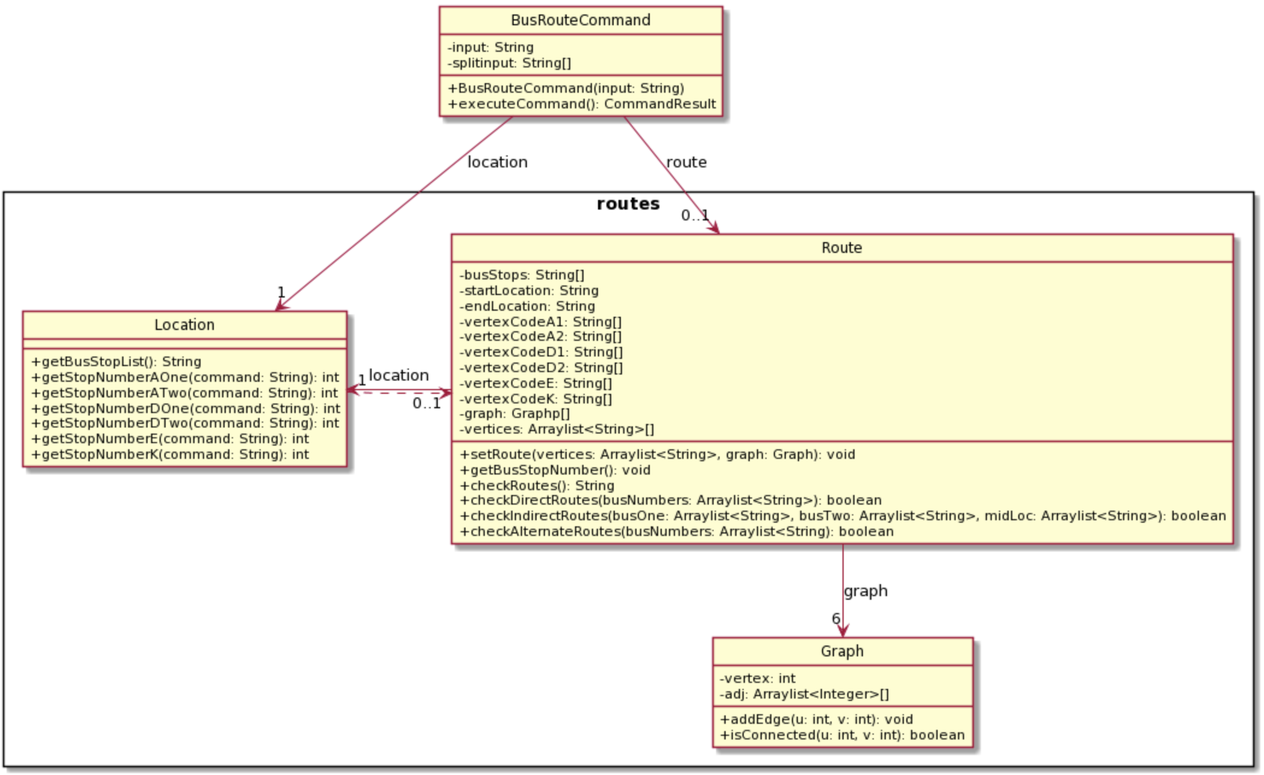
Earlier version of the PlantUML export docs/assets/images/BusRouteClassDiagram.png (shyamgj1900/tp). Its source is kept beside it as docs/assets/plantuml/BusRouteClassDiagram.puml.
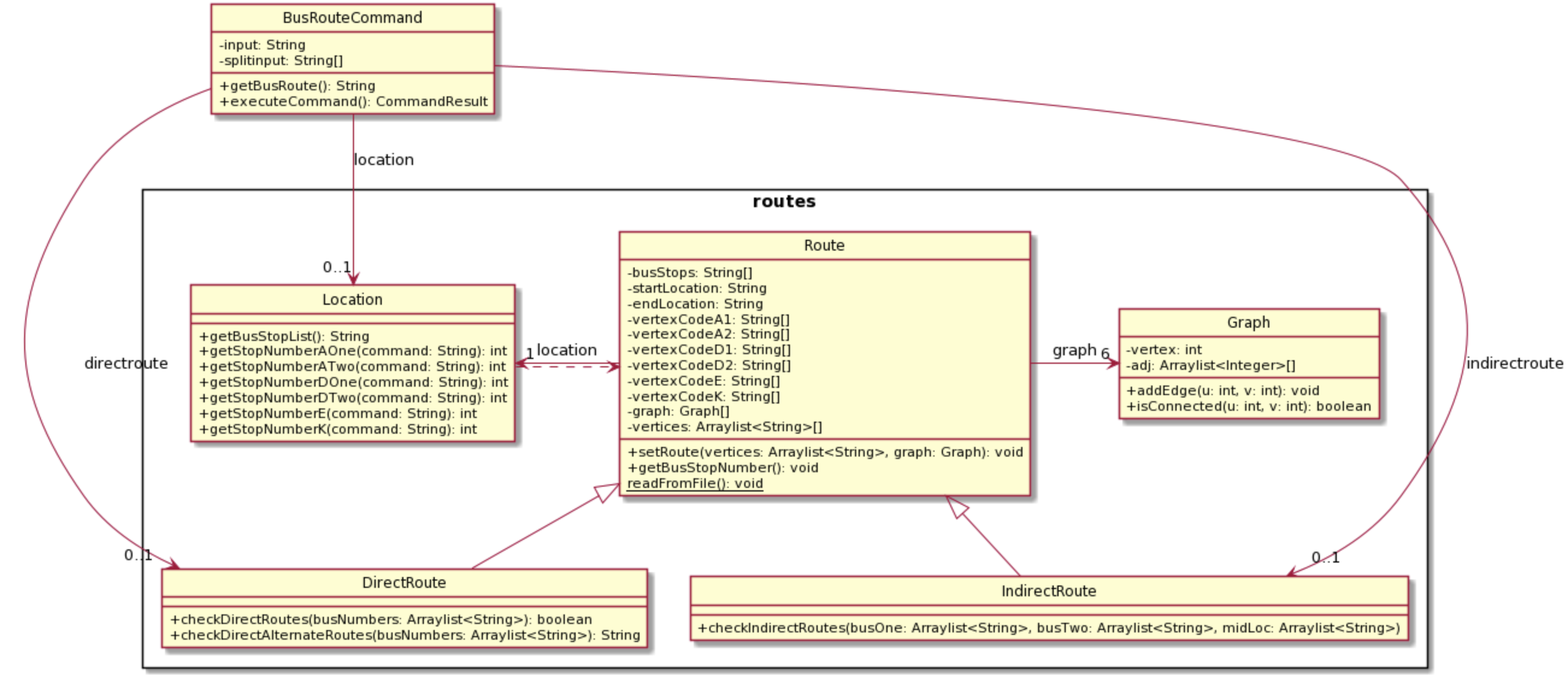
After the change.

Commit message:
Update DG for bus route command and minor refactor

What changed in the source:
```diff
@@ -12,12 +12,14 @@
   class Location
   class Route
   class Graph
+  class DirectRoute
+  class IndirectRoute
 }
 
 class BusRouteCommand {
    -input: String
    -splitinput: String[]
-   +BusRouteCommand(input: String)
+   +getBusRoute(): String
    +executeCommand(): CommandResult
 }
 
@@ -41,14 +43,20 @@
    -vertexCodeD2: String[]
    -vertexCodeE: String[]
    -vertexCodeK: String[]
-   -graph: Graphp[]
+   -graph: Graph[]
    -vertices: Arraylist<String>[]
    +setRoute(vertices: Arraylist<String>, graph: Graph): void
    +getBusStopNumber(): void
-   +checkRoutes(): String
+   {static} readFromFile(): void
+}
+
+class DirectRoute {
    +checkDirectRoutes(busNumbers: Arraylist<String>): boolean
-   +checkIndirectRoutes(busOne: Arraylist<String>, busTwo: Arraylist<String>, midLoc: Arraylist<String>): boolean
-   +checkAlternateRoutes(busNumbers: Arraylist<String): boolean
+   +checkDirectAlternateRoutes(busNumbers: Arraylist<String>): String
+}
+
+class IndirectRoute {
+   +checkIndirectRoutes(busOne: Arraylist<String>, busTwo: Arraylist<String>, midLoc: Arraylist<String>)
 }
 
 class Graph {
@@ -58,10 +66,13 @@
    +isConnected(u: int, v: int): boolean
 }
 
-BusRouteCommand -> "1" Location : location
-BusRouteCommand --> "0..1" Route : route
+BusRouteCommand --> "0..1" Location : location
+BusRouteCommand -> "0..1" DirectRoute : directroute
+BusRouteCommand -> "0..1" IndirectRoute : indirectroute
 Route -> "1" Location : location
-Route --> "6" Graph : graph
-Location .> "0..1"Route
+Route -> "6" Graph : graph
+Route <|-- DirectRoute
+Route <|-- IndirectRoute
+Location .> Route
 
 @enduml
```
